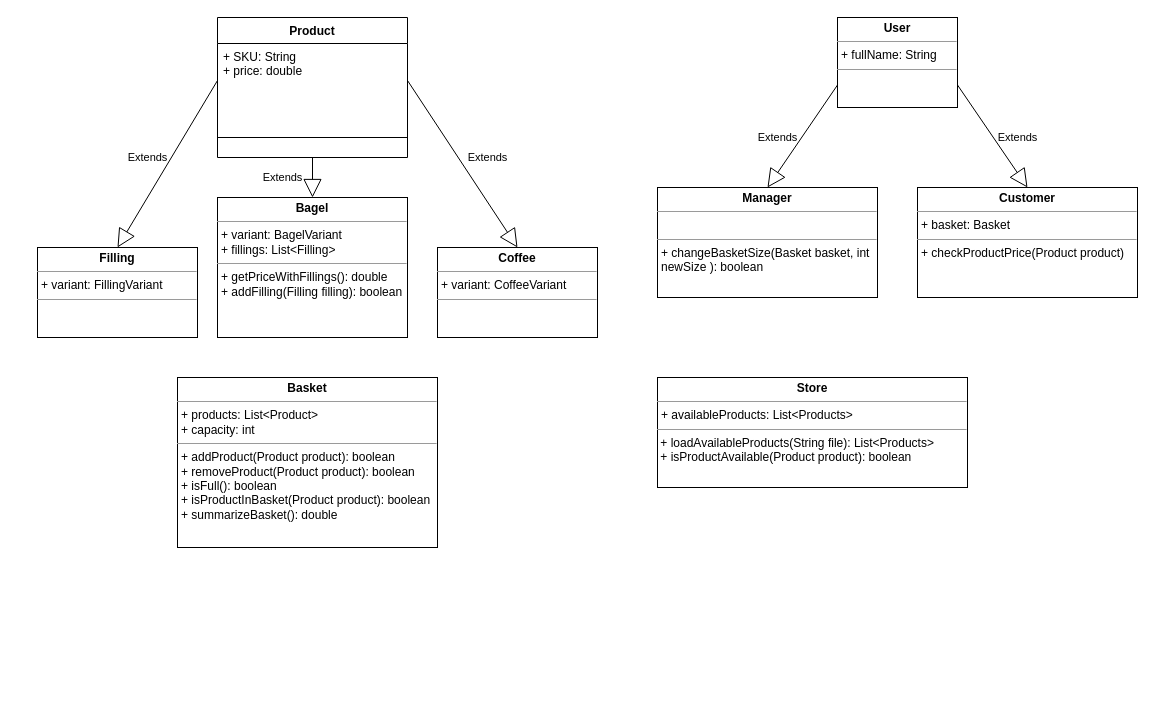
boolean-uk/java-tdd-oop-bobs-bagels keeps this draw.io diagram as class-diagram.drawio. Above is the earlier version. Source tidied: cells renumbered, new cells numbered last; positions are measured from the earlier drawing's top-left corner, leaving out a move shared by most shapes. Both pictures are drawn from the tidied source at 100%, with x=0, y=0 at pixel (37, 17).
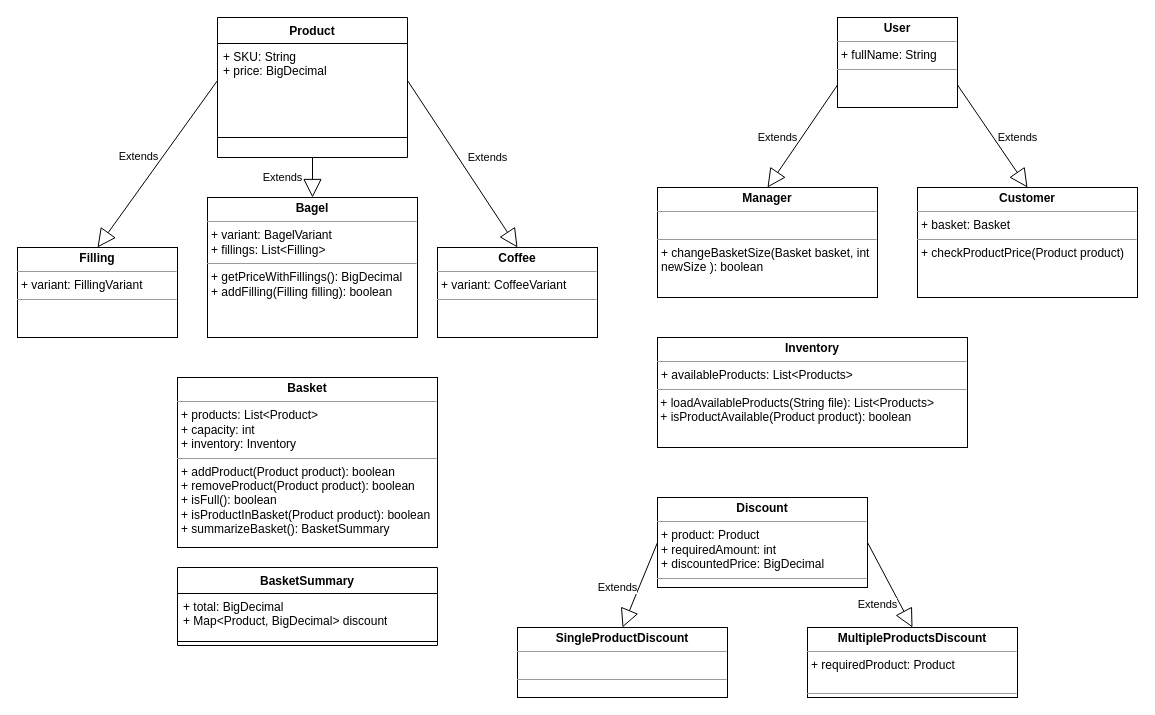
The same page after the edit.

Commit message (it also covers changes not shown here):
Add Discount to class diagram

The change refers to these unchanged cells:
```xml
<mxCell id="2" value="Product" style="swimlane;fontStyle=1;align=center;verticalAlign=top;horizontal=1;startSize=26;whiteSpace=wrap;html=1;" parent="1" vertex="1">
  <mxGeometry x="180" width="190" height="140" as="geometry" />
</mxCell>
```

The edit, as a diff of the source:
```diff
@@
-    <mxCell id="3" value="+ SKU: String&lt;br&gt;+ price: double&lt;br&gt;" style="text;strokeColor=none;fillColor=none;align=left;verticalAlign=top;spacingLeft=4;spacingRight=4;overflow=hidden;points=[[0,0.5],[1,0.5]];portConstraint=eastwest;whiteSpace=wrap;html=1;" parent="2" vertex="1">
+    <mxCell id="3" value="+ SKU: String&lt;br&gt;+ price: BigDecimal" style="text;strokeColor=none;fillColor=none;align=left;verticalAlign=top;spacingLeft=4;spacingRight=4;overflow=hidden;points=[[0,0.5],[1,0.5]];portConstraint=eastwest;whiteSpace=wrap;html=1;" parent="2" vertex="1">
       <mxGeometry y="26" width="190" height="74" as="geometry" />
     </mxCell>
@@
-    <mxCell id="6" value="&lt;p style=&quot;margin:0px;margin-top:4px;text-align:center;&quot;&gt;&lt;b&gt;Bagel&lt;/b&gt;&lt;/p&gt;&lt;hr size=&quot;1&quot;&gt;&lt;p style=&quot;margin:0px;margin-left:4px;&quot;&gt;+ variant: BagelVariant&lt;/p&gt;&lt;p style=&quot;margin:0px;margin-left:4px;&quot;&gt;+ fillings: List&amp;lt;Filling&amp;gt;&lt;/p&gt;&lt;hr size=&quot;1&quot;&gt;&lt;p style=&quot;margin:0px;margin-left:4px;&quot;&gt;+ getPriceWithFillings(): double&lt;/p&gt;&lt;p style=&quot;margin:0px;margin-left:4px;&quot;&gt;+ addFilling(Filling filling): boolean&lt;/p&gt;" style="verticalAlign=top;align=left;overflow=fill;fontSize=12;fontFamily=Helvetica;html=1;whiteSpace=wrap;" parent="1" vertex="1">
-      <mxGeometry x="180" y="180" width="190" height="140" as="geometry" />
+    <mxCell id="6" value="&lt;p style=&quot;margin:0px;margin-top:4px;text-align:center;&quot;&gt;&lt;b&gt;Bagel&lt;/b&gt;&lt;/p&gt;&lt;hr size=&quot;1&quot;&gt;&lt;p style=&quot;margin:0px;margin-left:4px;&quot;&gt;+ variant: BagelVariant&lt;/p&gt;&lt;p style=&quot;margin:0px;margin-left:4px;&quot;&gt;+ fillings: List&amp;lt;Filling&amp;gt;&lt;/p&gt;&lt;hr size=&quot;1&quot;&gt;&lt;p style=&quot;margin:0px;margin-left:4px;&quot;&gt;+ getPriceWithFillings(): BigDecimal&lt;/p&gt;&lt;p style=&quot;margin:0px;margin-left:4px;&quot;&gt;+ addFilling(Filling filling): boolean&lt;/p&gt;" style="verticalAlign=top;align=left;overflow=fill;fontSize=12;fontFamily=Helvetica;html=1;whiteSpace=wrap;" parent="1" vertex="1">
+      <mxGeometry x="170" y="180" width="210" height="140" as="geometry" />
     </mxCell>
@@
-    <mxCell id="9" value="&lt;p style=&quot;margin:0px;margin-top:4px;text-align:center;&quot;&gt;&lt;b&gt;Basket&lt;/b&gt;&lt;/p&gt;&lt;hr size=&quot;1&quot;&gt;&lt;p style=&quot;margin:0px;margin-left:4px;&quot;&gt;+ products: List&amp;lt;Product&amp;gt;&lt;/p&gt;&lt;p style=&quot;margin:0px;margin-left:4px;&quot;&gt;+ capacity: int&lt;/p&gt;&lt;hr size=&quot;1&quot;&gt;&lt;p style=&quot;margin:0px;margin-left:4px;&quot;&gt;+ addProduct(Product product): boolean&lt;/p&gt;&lt;p style=&quot;margin:0px;margin-left:4px;&quot;&gt;+ removeProduct(Product product): boolean&lt;/p&gt;&lt;p style=&quot;margin:0px;margin-left:4px;&quot;&gt;+ isFull(): boolean&lt;/p&gt;&lt;p style=&quot;margin:0px;margin-left:4px;&quot;&gt;+ isProductInBasket(Product product): boolean&lt;/p&gt;&lt;p style=&quot;margin:0px;margin-left:4px;&quot;&gt;+ summarizeBasket(): double&lt;/p&gt;&lt;p style=&quot;margin:0px;margin-left:4px;&quot;&gt;&lt;br&gt;&lt;/p&gt;" style="verticalAlign=top;align=left;overflow=fill;fontSize=12;fontFamily=Helvetica;html=1;whiteSpace=wrap;" parent="1" vertex="1">
+    <mxCell id="9" value="&lt;p style=&quot;margin:0px;margin-top:4px;text-align:center;&quot;&gt;&lt;b&gt;Basket&lt;/b&gt;&lt;/p&gt;&lt;hr size=&quot;1&quot;&gt;&lt;p style=&quot;margin:0px;margin-left:4px;&quot;&gt;+ products: List&amp;lt;Product&amp;gt;&lt;/p&gt;&lt;p style=&quot;margin:0px;margin-left:4px;&quot;&gt;+ capacity: int&lt;/p&gt;&lt;p style=&quot;margin:0px;margin-left:4px;&quot;&gt;+ inventory: Inventory&lt;/p&gt;&lt;hr size=&quot;1&quot;&gt;&lt;p style=&quot;margin:0px;margin-left:4px;&quot;&gt;+ addProduct(Product product): boolean&lt;/p&gt;&lt;p style=&quot;margin:0px;margin-left:4px;&quot;&gt;+ removeProduct(Product product): boolean&lt;/p&gt;&lt;p style=&quot;margin:0px;margin-left:4px;&quot;&gt;+ isFull(): boolean&lt;/p&gt;&lt;p style=&quot;margin:0px;margin-left:4px;&quot;&gt;+ isProductInBasket(Product product): boolean&lt;/p&gt;&lt;p style=&quot;margin:0px;margin-left:4px;&quot;&gt;+ summarizeBasket(): BasketSummary&lt;/p&gt;&lt;p style=&quot;margin:0px;margin-left:4px;&quot;&gt;&lt;br&gt;&lt;/p&gt;&lt;p style=&quot;margin:0px;margin-left:4px;&quot;&gt;&lt;br&gt;&lt;/p&gt;" style="verticalAlign=top;align=left;overflow=fill;fontSize=12;fontFamily=Helvetica;html=1;whiteSpace=wrap;" parent="1" vertex="1">
       <mxGeometry x="140" y="360" width="260" height="170" as="geometry" />
     </mxCell>
@@
     <mxCell id="15" value="&lt;p style=&quot;margin:0px;margin-top:4px;text-align:center;&quot;&gt;&lt;b&gt;Filling&lt;/b&gt;&lt;/p&gt;&lt;hr size=&quot;1&quot;&gt;&lt;p style=&quot;margin:0px;margin-left:4px;&quot;&gt;+ variant: FillingVariant&lt;/p&gt;&lt;hr size=&quot;1&quot;&gt;&lt;p style=&quot;margin:0px;margin-left:4px;&quot;&gt;&lt;br&gt;&lt;/p&gt;" style="verticalAlign=top;align=left;overflow=fill;fontSize=12;fontFamily=Helvetica;html=1;whiteSpace=wrap;" parent="1" vertex="1">
-      <mxGeometry y="230" width="160" height="90" as="geometry" />
+      <mxGeometry x="-20" y="230" width="160" height="90" as="geometry" />
     </mxCell>
@@
-    <mxCell id="17" value="&lt;p style=&quot;margin:0px;margin-top:4px;text-align:center;&quot;&gt;&lt;b&gt;Store&lt;/b&gt;&lt;/p&gt;&lt;hr size=&quot;1&quot;&gt;&lt;p style=&quot;margin:0px;margin-left:4px;&quot;&gt;+ availableProducts: List&amp;lt;Products&amp;gt;&lt;/p&gt;&lt;hr size=&quot;1&quot;&gt;&lt;p style=&quot;margin:0px;margin-left:4px;&quot;&gt;&lt;/p&gt;&amp;nbsp;+ loadAvailableProducts(String file): List&amp;lt;Products&amp;gt;&lt;br&gt;&amp;nbsp;+ isProductAvailable(Product product): boolean" style="verticalAlign=top;align=left;overflow=fill;fontSize=12;fontFamily=Helvetica;html=1;whiteSpace=wrap;" parent="1" vertex="1">
-      <mxGeometry x="620" y="360" width="310" height="110" as="geometry" />
+    <mxCell id="17" value="&lt;p style=&quot;margin:0px;margin-top:4px;text-align:center;&quot;&gt;&lt;b&gt;Inventory&lt;/b&gt;&lt;/p&gt;&lt;hr size=&quot;1&quot;&gt;&lt;p style=&quot;margin:0px;margin-left:4px;&quot;&gt;+ availableProducts: List&amp;lt;Products&amp;gt;&lt;/p&gt;&lt;hr size=&quot;1&quot;&gt;&lt;p style=&quot;margin:0px;margin-left:4px;&quot;&gt;&lt;/p&gt;&amp;nbsp;+ loadAvailableProducts(String file): List&amp;lt;Products&amp;gt;&lt;br&gt;&amp;nbsp;+ isProductAvailable(Product product): boolean" style="verticalAlign=top;align=left;overflow=fill;fontSize=12;fontFamily=Helvetica;html=1;whiteSpace=wrap;" parent="1" vertex="1">
+      <mxGeometry x="620" y="320" width="310" height="110" as="geometry" />
     </mxCell>
+    <mxCell id="18" value="BasketSummary&lt;br&gt;" style="swimlane;fontStyle=1;align=center;verticalAlign=top;horizontal=1;startSize=26;whiteSpace=wrap;html=1;" parent="1" vertex="1">
+      <mxGeometry x="140" y="550" width="260" height="78" as="geometry" />
+    </mxCell>
+    <mxCell id="19" value="+ total: BigDecimal&lt;br&gt;+ Map&amp;lt;Product, BigDecimal&amp;gt; discount" style="text;strokeColor=none;fillColor=none;align=left;verticalAlign=top;spacingLeft=4;spacingRight=4;overflow=hidden;whiteSpace=wrap;html=1;" parent="18" vertex="1">
+      <mxGeometry y="26" width="260" height="44" as="geometry" />
+    </mxCell>
+    <mxCell id="20" style="line;strokeWidth=1;fillColor=none;align=left;verticalAlign=middle;spacingTop=-1;spacingLeft=3;spacingRight=3;labelPosition=right;strokeColor=inherit;" parent="18" vertex="1">
+      <mxGeometry y="70" width="260" height="8" as="geometry" />
+    </mxCell>
+    <mxCell id="21" value="&lt;p style=&quot;margin:0px;margin-top:4px;text-align:center;&quot;&gt;&lt;b&gt;Discount&lt;/b&gt;&lt;/p&gt;&lt;hr size=&quot;1&quot;&gt;&lt;p style=&quot;margin:0px;margin-left:4px;&quot;&gt;+ product: Product&lt;/p&gt;&lt;p style=&quot;margin:0px;margin-left:4px;&quot;&gt;+ requiredAmount: int&lt;/p&gt;&lt;p style=&quot;margin:0px;margin-left:4px;&quot;&gt;+ discountedPrice: BigDecimal&lt;/p&gt;&lt;hr size=&quot;1&quot;&gt;&lt;p style=&quot;margin:0px;margin-left:4px;&quot;&gt;&lt;br&gt;&lt;/p&gt;" style="verticalAlign=top;align=left;overflow=fill;fontSize=12;fontFamily=Helvetica;html=1;whiteSpace=wrap;" parent="1" vertex="1">
+      <mxGeometry x="620" y="480" width="210" height="90" as="geometry" />
+    </mxCell>
+    <mxCell id="22" value="&lt;p style=&quot;margin:0px;margin-top:4px;text-align:center;&quot;&gt;&lt;b&gt;SingleProductDiscount&lt;/b&gt;&lt;/p&gt;&lt;hr size=&quot;1&quot;&gt;&lt;p style=&quot;margin:0px;margin-left:4px;&quot;&gt;&lt;br&gt;&lt;/p&gt;&lt;hr size=&quot;1&quot;&gt;&lt;p style=&quot;margin:0px;margin-left:4px;&quot;&gt;&lt;br&gt;&lt;/p&gt;" style="verticalAlign=top;align=left;overflow=fill;fontSize=12;fontFamily=Helvetica;html=1;whiteSpace=wrap;" parent="1" vertex="1">
+      <mxGeometry x="480" y="610" width="210" height="70" as="geometry" />
+    </mxCell>
+    <mxCell id="23" value="&lt;p style=&quot;margin:0px;margin-top:4px;text-align:center;&quot;&gt;&lt;b&gt;MultipleProductsDiscount&lt;/b&gt;&lt;/p&gt;&lt;hr size=&quot;1&quot;&gt;&lt;p style=&quot;margin:0px;margin-left:4px;&quot;&gt;+ requiredProduct: Product&lt;/p&gt;&lt;p style=&quot;margin:0px;margin-left:4px;&quot;&gt;&lt;br&gt;&lt;/p&gt;&lt;hr size=&quot;1&quot;&gt;&lt;p style=&quot;margin:0px;margin-left:4px;&quot;&gt;&lt;br&gt;&lt;/p&gt;" style="verticalAlign=top;align=left;overflow=fill;fontSize=12;fontFamily=Helvetica;html=1;whiteSpace=wrap;" parent="1" vertex="1">
+      <mxGeometry x="770" y="610" width="210" height="70" as="geometry" />
+    </mxCell>
+    <mxCell id="24" value="Extends" style="endArrow=block;endSize=16;endFill=0;html=1;rounded=0;exitX=0;exitY=0.5;exitDx=0;exitDy=0;entryX=0.5;entryY=0;entryDx=0;entryDy=0;" parent="1" edge="1" source="21" target="22">
+      <mxGeometry x="0.24" y="-20" relative="1" as="geometry" />
+    </mxCell>
+    <mxCell id="25" value="Extends" style="endArrow=block;endSize=16;endFill=0;html=1;rounded=0;exitX=1;exitY=0.5;exitDx=0;exitDy=0;entryX=0.5;entryY=0;entryDx=0;entryDy=0;" parent="1" edge="1" source="21" target="23">
+      <mxGeometry x="0.24" y="-20" relative="1" as="geometry" />
+    </mxCell>
```
